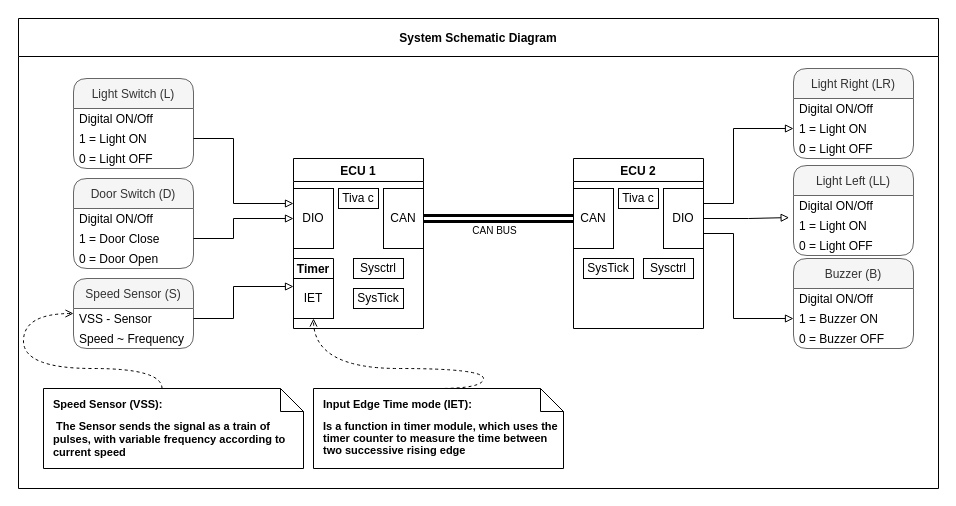
Before: page "System_Diagram" (1 of 6) of 1-Automotive_Door_Monitor_Static_Design.drawio in Mohamed-abdullah-hassan/EG-FWD_Automotive_door_control, a draw.io diagram. Source tidied: cells renumbered, new cells numbered last; positions are measured from the earlier drawing's top-left corner, leaving out a move shared by most shapes. Both pictures are drawn from the tidied source at 100%, with x=0, y=0 at pixel (18, 18).
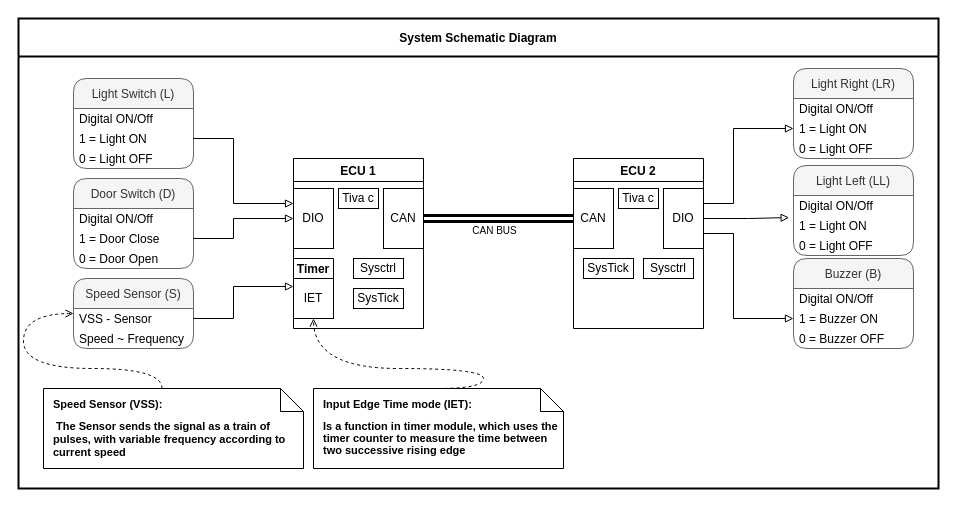
Above is the later version.

The edit, as a diff of the source:
```diff
@@
-    <mxCell id="2" value="System Schematic Diagram" style="swimlane;noLabel=0;startSize=38;" parent="1" vertex="1">
+    <mxCell id="2" value="System Schematic Diagram" style="swimlane;noLabel=0;startSize=38;strokeWidth=2;" parent="1" vertex="1">
       <mxGeometry width="920" height="470" as="geometry" />
     </mxCell>
```
